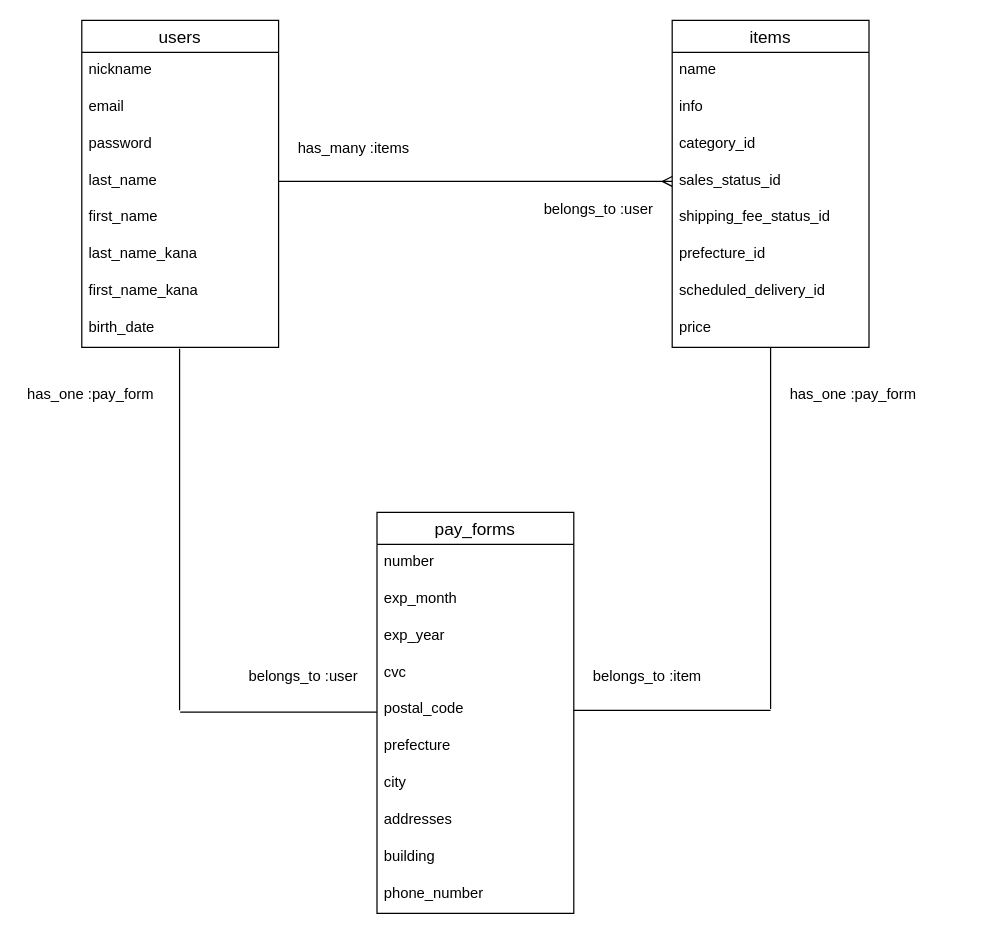
This is README.dio from kazuki-mura/furima-35491, a draw.io file, before an edit. Source tidied: cells renumbered, new cells numbered last; positions are measured from the earlier drawing's top-left corner, leaving out a move shared by most shapes. Both pictures are drawn from the tidied source at 123%, with x=0, y=0 at pixel (20, 20).
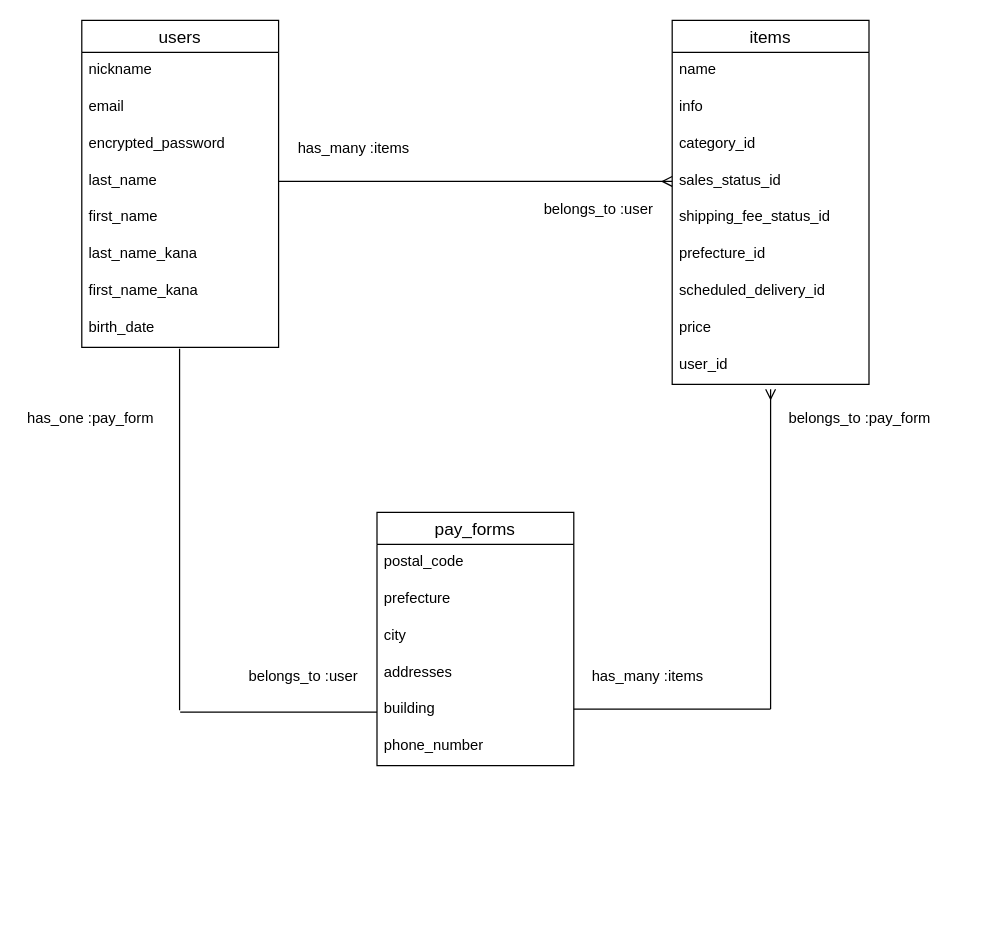
Above is the later version.

The change refers to these unchanged cells:
```xml
<mxCell id="2" value="users" style="swimlane;fontStyle=0;horizontal=1;startSize=26;align=center;fontSize=14;" parent="1" vertex="1">
  <mxGeometry x="50" width="160" height="266" as="geometry" />
</mxCell>
```

Change to the diagram source:
```diff
@@
-    <mxCell id="5" value="password" style="text;strokeColor=none;fillColor=none;spacingLeft=4;spacingRight=4;overflow=hidden;fontSize=12;fontFamily=Helvetica;" parent="2" vertex="1">
+    <mxCell id="5" value="encrypted_password" style="text;strokeColor=none;fillColor=none;spacingLeft=4;spacingRight=4;overflow=hidden;fontSize=12;fontFamily=Helvetica;" parent="2" vertex="1">
       <mxGeometry y="86" width="160" height="30" as="geometry" />
     </mxCell>
@@
-    <mxCell id="11" style="edgeStyle=orthogonalEdgeStyle;rounded=0;jettySize=auto;html=1;startSize=15;endArrow=none;endFill=0;strokeWidth=1;fontFamily=Helvetica;" parent="1" edge="1" source="12">
-      <mxGeometry relative="1" as="geometry">
-        <mxPoint x="610" y="560" as="targetPoint" />
-      </mxGeometry>
-    </mxCell>
     <mxCell id="12" value="items" style="swimlane;fontStyle=0;horizontal=1;startSize=26;align=center;fontSize=14;" parent="1" vertex="1">
-      <mxGeometry x="530" width="160" height="266" as="geometry" />
+      <mxGeometry x="530" width="160" height="296" as="geometry" />
     </mxCell>
@@
+    <mxCell id="42" value="user_id" style="text;strokeColor=none;fillColor=none;spacingLeft=4;spacingRight=4;overflow=hidden;fontSize=12;fontFamily=Helvetica;" parent="12" vertex="1">
+      <mxGeometry y="266" width="160" height="30" as="geometry" />
+    </mxCell>
     <mxCell id="21" value="pay_forms" style="swimlane;fontStyle=0;horizontal=1;startSize=26;align=center;fontSize=14;" parent="1" vertex="1">
-      <mxGeometry x="290" y="400" width="160" height="326" as="geometry" />
+      <mxGeometry x="290" y="400" width="160" height="206" as="geometry" />
     </mxCell>
-    <mxCell id="22" value="number" style="text;strokeColor=none;fillColor=none;spacingLeft=4;spacingRight=4;overflow=hidden;fontSize=12;fontFamily=Helvetica;" parent="21" vertex="1">
-      <mxGeometry y="26" width="160" height="30" as="geometry" />
-    </mxCell>
-    <mxCell id="23" value="exp_month" style="text;strokeColor=none;fillColor=none;spacingLeft=4;spacingRight=4;overflow=hidden;fontSize=12;" parent="21" vertex="1">
-      <mxGeometry y="56" width="160" height="30" as="geometry" />
-    </mxCell>
-    <mxCell id="24" value="exp_year" style="text;strokeColor=none;fillColor=none;spacingLeft=4;spacingRight=4;overflow=hidden;fontSize=12;fontFamily=Helvetica;" parent="21" vertex="1">
-      <mxGeometry y="86" width="160" height="30" as="geometry" />
-    </mxCell>
-    <mxCell id="25" value="cvc" style="text;strokeColor=none;fillColor=none;spacingLeft=4;spacingRight=4;overflow=hidden;fontSize=12;fontFamily=Helvetica;" parent="21" vertex="1">
-      <mxGeometry y="116" width="160" height="30" as="geometry" />
-    </mxCell>
     <mxCell id="26" value="postal_code" style="text;strokeColor=none;fillColor=none;spacingLeft=4;spacingRight=4;overflow=hidden;points=[[0,0.5],[1,0.5]];portConstraint=eastwest;fontSize=12;fontFamily=Helvetica;" parent="21" vertex="1">
-      <mxGeometry y="146" width="160" height="30" as="geometry" />
+      <mxGeometry y="26" width="160" height="30" as="geometry" />
     </mxCell>
     <mxCell id="27" value="prefecture" style="text;strokeColor=none;fillColor=none;spacingLeft=4;spacingRight=4;overflow=hidden;fontSize=12;fontFamily=Helvetica;" parent="21" vertex="1">
-      <mxGeometry y="176" width="160" height="30" as="geometry" />
+      <mxGeometry y="56" width="160" height="30" as="geometry" />
     </mxCell>
     <mxCell id="28" value="city" style="text;strokeColor=none;fillColor=none;spacingLeft=4;spacingRight=4;overflow=hidden;fontSize=12;fontFamily=Helvetica;" parent="21" vertex="1">
-      <mxGeometry y="206" width="160" height="30" as="geometry" />
+      <mxGeometry y="86" width="160" height="30" as="geometry" />
     </mxCell>
     <mxCell id="29" value="addresses" style="text;strokeColor=none;fillColor=none;spacingLeft=4;spacingRight=4;overflow=hidden;fontSize=12;fontFamily=Helvetica;" parent="21" vertex="1">
-      <mxGeometry y="236" width="160" height="30" as="geometry" />
+      <mxGeometry y="116" width="160" height="30" as="geometry" />
     </mxCell>
     <mxCell id="30" value="building" style="text;strokeColor=none;fillColor=none;spacingLeft=4;spacingRight=4;overflow=hidden;fontSize=12;fontFamily=Helvetica;" parent="21" vertex="1">
-      <mxGeometry y="266" width="160" height="30" as="geometry" />
+      <mxGeometry y="146" width="160" height="30" as="geometry" />
     </mxCell>
     <mxCell id="31" value="phone_number" style="text;strokeColor=none;fillColor=none;spacingLeft=4;spacingRight=4;overflow=hidden;fontSize=12;fontFamily=Helvetica;" parent="21" vertex="1">
-      <mxGeometry y="296" width="160" height="30" as="geometry" />
+      <mxGeometry y="176" width="160" height="30" as="geometry" />
     </mxCell>
@@
-    <mxCell id="33" style="edgeStyle=orthogonalEdgeStyle;rounded=0;jettySize=auto;html=1;startSize=15;endArrow=none;endFill=0;strokeWidth=1;fontFamily=Helvetica;" parent="1" edge="1" source="26">
-      <mxGeometry relative="1" as="geometry">
-        <mxPoint x="610" y="561" as="targetPoint" />
-      </mxGeometry>
-    </mxCell>
@@
     <mxCell id="37" value="has_one :pay_form" style="text;strokeColor=none;fillColor=none;spacingLeft=4;spacingRight=4;overflow=hidden;fontSize=12;" parent="1" vertex="1">
-      <mxGeometry y="290" width="160" height="30" as="geometry" />
+      <mxGeometry y="310" width="160" height="30" as="geometry" />
     </mxCell>
@@
-    <mxCell id="39" value="belongs_to :item" style="text;strokeColor=none;fillColor=none;spacingLeft=4;spacingRight=4;overflow=hidden;fontSize=12;" parent="1" vertex="1">
-      <mxGeometry x="460" y="520" width="160" height="30" as="geometry" />
-    </mxCell>
@@
-    <mxCell id="41" value="has_one :pay_form" style="text;strokeColor=none;fillColor=none;spacingLeft=4;spacingRight=4;overflow=hidden;fontSize=12;" parent="1" vertex="1">
-      <mxGeometry x="620" y="290" width="160" height="30" as="geometry" />
-    </mxCell>
+    <mxCell id="43" style="edgeStyle=orthogonalEdgeStyle;rounded=0;orthogonalLoop=1;jettySize=auto;html=1;startSize=15;endArrow=none;endFill=0;strokeWidth=1;fontFamily=Helvetica;" parent="1" edge="1">
+      <mxGeometry relative="1" as="geometry">
+        <mxPoint x="450" y="560" as="sourcePoint" />
+        <mxPoint x="610" y="560" as="targetPoint" />
+      </mxGeometry>
+    </mxCell>
+    <mxCell id="44" value="belongs_to :pay_form" style="text;strokeColor=none;fillColor=none;spacingLeft=4;spacingRight=4;overflow=hidden;fontSize=12;" parent="1" vertex="1">
+      <mxGeometry x="619" y="310" width="160" height="30" as="geometry" />
+    </mxCell>
+    <mxCell id="45" style="edgeStyle=orthogonalEdgeStyle;rounded=0;orthogonalLoop=1;jettySize=auto;html=1;fontFamily=Helvetica;endArrow=ERmany;endFill=0;strokeWidth=1;" parent="1" edge="1">
+      <mxGeometry relative="1" as="geometry">
+        <mxPoint x="610" y="560" as="sourcePoint" />
+        <mxPoint x="610" y="300" as="targetPoint" />
+        <Array as="points">
+          <mxPoint x="610" y="560" />
+        </Array>
+      </mxGeometry>
+    </mxCell>
+    <mxCell id="46" value="has_many :items" style="text;strokeColor=none;fillColor=none;spacingLeft=4;spacingRight=4;overflow=hidden;fontSize=12;" parent="1" vertex="1">
+      <mxGeometry x="459" y="520" width="160" height="30" as="geometry" />
+    </mxCell>
```
